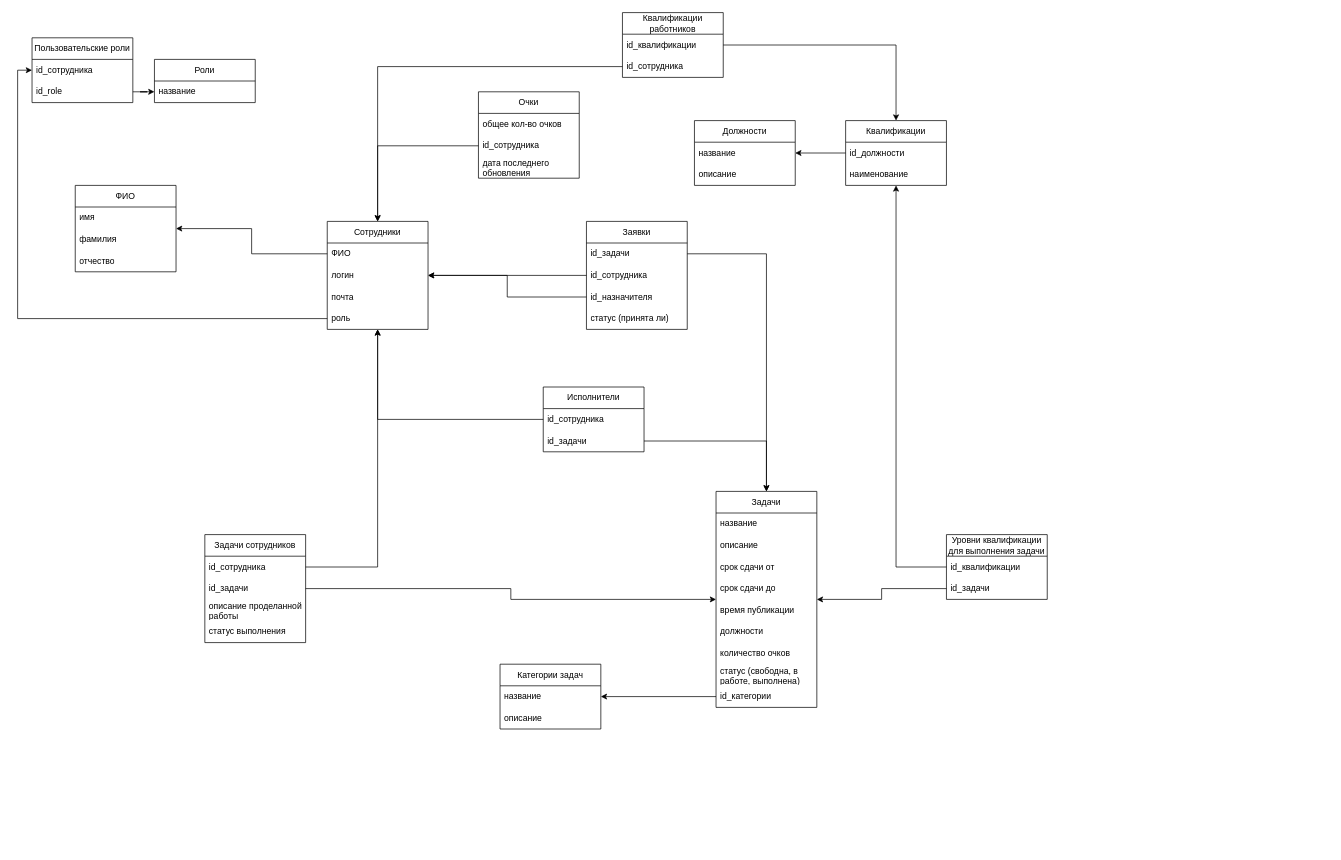
Before: page "Страница — 1" (1 of 2) of tech-task/erdiagram.drawio in ASamohvalov/CRM-project, a draw.io diagram. Source tidied: cells renumbered, new cells numbered last; positions are measured from the earlier drawing's top-left corner, leaving out a move shared by most shapes. Both pictures are drawn from the tidied source at 72%, with x=0, y=0 at pixel (32, 12).
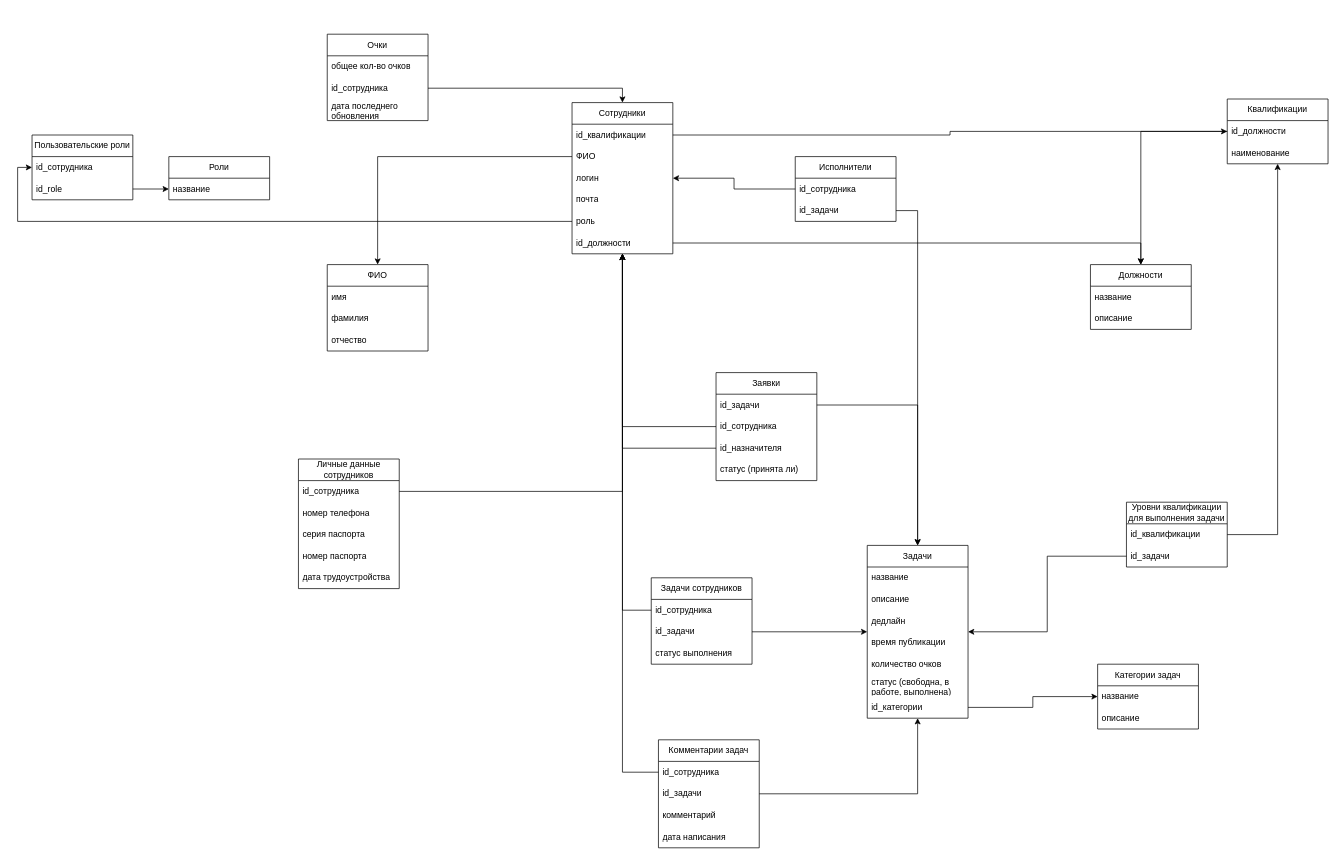
The same page after the edit.

Change to the diagram source:
```diff
@@
     <mxCell id="2" value="Сотрудники" style="swimlane;fontStyle=0;horizontal=1;startSize=30;whiteSpace=wrap;html=1;" parent="1" vertex="1">
-      <mxGeometry x="410" y="290" width="140" height="150" as="geometry" />
+      <mxGeometry x="750" y="125" width="140" height="210" as="geometry" />
     </mxCell>
+    <mxCell id="43" value="&lt;div&gt;id_квалификации&lt;/div&gt;" style="text;strokeColor=none;fillColor=none;align=left;verticalAlign=middle;spacingLeft=4;spacingRight=4;overflow=hidden;points=[[0,0.5],[1,0.5]];portConstraint=eastwest;whiteSpace=wrap;html=1;" parent="2" vertex="1">
+      <mxGeometry y="30" width="140" height="30" as="geometry" />
+    </mxCell>
     <mxCell id="3" value="ФИО" style="text;strokeColor=none;fillColor=none;align=left;verticalAlign=middle;spacingLeft=4;spacingRight=4;overflow=hidden;points=[[0,0.5],[1,0.5]];portConstraint=eastwest;whiteSpace=wrap;html=1;" parent="2" vertex="1">
-      <mxGeometry y="30" width="140" height="30" as="geometry" />
+      <mxGeometry y="60" width="140" height="30" as="geometry" />
     </mxCell>
     <mxCell id="4" value="логин" style="text;strokeColor=none;fillColor=none;align=left;verticalAlign=middle;spacingLeft=4;spacingRight=4;overflow=hidden;whiteSpace=wrap;html=1;" parent="2" vertex="1">
-      <mxGeometry y="60" width="140" height="30" as="geometry" />
+      <mxGeometry y="90" width="140" height="30" as="geometry" />
     </mxCell>
     <mxCell id="5" value="почта" style="text;strokeColor=none;fillColor=none;align=left;verticalAlign=middle;spacingLeft=4;spacingRight=4;overflow=hidden;whiteSpace=wrap;html=1;" parent="2" vertex="1">
-      <mxGeometry y="90" width="140" height="30" as="geometry" />
+      <mxGeometry y="120" width="140" height="30" as="geometry" />
     </mxCell>
     <mxCell id="6" value="роль" style="text;strokeColor=none;fillColor=none;align=left;verticalAlign=middle;spacingLeft=4;spacingRight=4;overflow=hidden;points=[[0,0.5],[1,0.5]];portConstraint=eastwest;whiteSpace=wrap;html=1;" parent="2" vertex="1">
-      <mxGeometry y="120" width="140" height="30" as="geometry" />
+      <mxGeometry y="150" width="140" height="30" as="geometry" />
     </mxCell>
+    <mxCell id="75" value="id_должности" style="text;strokeColor=none;fillColor=none;align=left;verticalAlign=middle;spacingLeft=4;spacingRight=4;overflow=hidden;points=[[0,0.5],[1,0.5]];portConstraint=eastwest;whiteSpace=wrap;html=1;" parent="2" vertex="1">
+      <mxGeometry y="180" width="140" height="30" as="geometry" />
+    </mxCell>
     <mxCell id="7" value="Должности" style="swimlane;fontStyle=0;horizontal=1;startSize=30;whiteSpace=wrap;html=1;" parent="1" vertex="1">
-      <mxGeometry x="920" y="150" width="140" height="90" as="geometry" />
+      <mxGeometry x="1470" y="350" width="140" height="90" as="geometry" />
     </mxCell>
@@
+    <mxCell id="76" style="edgeStyle=orthogonalEdgeStyle;rounded=0;jettySize=auto;html=1;" parent="1" edge="1" source="75" target="7">
+      <mxGeometry relative="1" as="geometry" />
+    </mxCell>
     <mxCell id="10" value="Роли" style="swimlane;fontStyle=0;horizontal=1;startSize=30;whiteSpace=wrap;html=1;" parent="1" vertex="1">
-      <mxGeometry x="170" y="65" width="140" height="60" as="geometry" />
+      <mxGeometry x="190" y="200" width="140" height="60" as="geometry" />
     </mxCell>
@@
     <mxCell id="12" value="Задачи" style="swimlane;fontStyle=0;horizontal=1;startSize=30;whiteSpace=wrap;html=1;" parent="1" vertex="1">
-      <mxGeometry x="950" y="665" width="140" height="300" as="geometry" />
+      <mxGeometry x="1160" y="740" width="140" height="240" as="geometry" />
     </mxCell>
@@
-    <mxCell id="15" value="срок сдачи от" style="text;strokeColor=none;fillColor=none;align=left;verticalAlign=middle;spacingLeft=4;spacingRight=4;overflow=hidden;whiteSpace=wrap;html=1;" parent="12" vertex="1">
-      <mxGeometry y="90" width="140" height="30" as="geometry" />
-    </mxCell>
-    <mxCell id="16" value="срок сдачи до" style="text;strokeColor=none;fillColor=none;align=left;verticalAlign=middle;spacingLeft=4;spacingRight=4;overflow=hidden;whiteSpace=wrap;html=1;" parent="12" vertex="1">
-      <mxGeometry y="120" width="140" height="30" as="geometry" />
+    <mxCell id="16" value="&lt;div&gt;дедлайн&lt;/div&gt;" style="text;strokeColor=none;fillColor=none;align=left;verticalAlign=middle;spacingLeft=4;spacingRight=4;overflow=hidden;whiteSpace=wrap;html=1;" parent="12" vertex="1">
+      <mxGeometry y="90" width="140" height="30" as="geometry" />
     </mxCell>
     <mxCell id="17" value="время публикации" style="text;strokeColor=none;fillColor=none;align=left;verticalAlign=middle;spacingLeft=4;spacingRight=4;overflow=hidden;whiteSpace=wrap;html=1;" parent="12" vertex="1">
-      <mxGeometry y="150" width="140" height="30" as="geometry" />
+      <mxGeometry y="120" width="140" height="30" as="geometry" />
     </mxCell>
-    <mxCell id="18" value="должности" style="text;strokeColor=none;fillColor=none;align=left;verticalAlign=middle;spacingLeft=4;spacingRight=4;overflow=hidden;whiteSpace=wrap;html=1;" parent="12" vertex="1">
-      <mxGeometry y="180" width="140" height="30" as="geometry" />
-    </mxCell>
     <mxCell id="19" value="количество очков" style="text;strokeColor=none;fillColor=none;align=left;verticalAlign=middle;spacingLeft=4;spacingRight=4;overflow=hidden;whiteSpace=wrap;html=1;" parent="12" vertex="1">
-      <mxGeometry y="210" width="140" height="30" as="geometry" />
+      <mxGeometry y="150" width="140" height="30" as="geometry" />
     </mxCell>
     <mxCell id="20" value="статус (свободна, в работе, выполнена)" style="text;strokeColor=none;fillColor=none;align=left;verticalAlign=middle;spacingLeft=4;spacingRight=4;overflow=hidden;whiteSpace=wrap;html=1;" parent="12" vertex="1">
-      <mxGeometry y="240" width="140" height="30" as="geometry" />
+      <mxGeometry y="180" width="140" height="30" as="geometry" />
     </mxCell>
     <mxCell id="21" value="id_категории" style="text;strokeColor=none;fillColor=none;align=left;verticalAlign=middle;spacingLeft=4;spacingRight=4;overflow=hidden;points=[[0,0.5],[1,0.5]];portConstraint=eastwest;whiteSpace=wrap;html=1;" parent="12" vertex="1">
-      <mxGeometry y="270" width="140" height="30" as="geometry" />
+      <mxGeometry y="210" width="140" height="30" as="geometry" />
     </mxCell>
     <mxCell id="22" value="Пользовательские роли" style="swimlane;fontStyle=0;horizontal=1;startSize=30;whiteSpace=wrap;html=1;" parent="1" vertex="1">
-      <mxGeometry y="35" width="140" height="90" as="geometry" />
+      <mxGeometry y="170" width="140" height="90" as="geometry" />
     </mxCell>
@@
     <mxCell id="26" value="Уровни квалификации для выполнения задачи" style="swimlane;fontStyle=0;horizontal=1;startSize=30;whiteSpace=wrap;html=1;" parent="1" vertex="1">
-      <mxGeometry x="1270" y="725" width="140" height="90" as="geometry" />
+      <mxGeometry x="1520" y="680" width="140" height="90" as="geometry" />
     </mxCell>
@@
     <mxCell id="29" value="Очки" style="swimlane;fontStyle=0;horizontal=1;startSize=30;whiteSpace=wrap;html=1;" parent="1" vertex="1">
-      <mxGeometry x="620" y="110" width="140" height="120" as="geometry" />
+      <mxGeometry x="410" y="30" width="140" height="120" as="geometry" />
     </mxCell>
@@
     <mxCell id="34" value="ФИО" style="swimlane;fontStyle=0;horizontal=1;startSize=30;whiteSpace=wrap;html=1;" parent="1" vertex="1">
-      <mxGeometry x="60" y="240" width="140" height="120" as="geometry" />
+      <mxGeometry x="410" y="350" width="140" height="120" as="geometry" />
     </mxCell>
@@
-    <mxCell id="42" value="Квалификации работников" style="swimlane;fontStyle=0;horizontal=1;startSize=30;whiteSpace=wrap;html=1;" parent="1" vertex="1">
-      <mxGeometry x="820" width="140" height="90" as="geometry" />
-    </mxCell>
-    <mxCell id="43" value="id_квалификации" style="text;strokeColor=none;fillColor=none;align=left;verticalAlign=middle;spacingLeft=4;spacingRight=4;overflow=hidden;points=[[0,0.5],[1,0.5]];portConstraint=eastwest;whiteSpace=wrap;html=1;" parent="42" vertex="1">
-      <mxGeometry y="30" width="140" height="30" as="geometry" />
-    </mxCell>
-    <mxCell id="44" value="id_сотрудника" style="text;strokeColor=none;fillColor=none;align=left;verticalAlign=middle;spacingLeft=4;spacingRight=4;overflow=hidden;points=[[0,0.5],[1,0.5]];portConstraint=eastwest;whiteSpace=wrap;html=1;" parent="42" vertex="1">
-      <mxGeometry y="60" width="140" height="30" as="geometry" />
-    </mxCell>
@@
     <mxCell id="46" value="Квалификации" style="swimlane;fontStyle=0;horizontal=1;startSize=30;whiteSpace=wrap;html=1;" parent="1" vertex="1">
-      <mxGeometry x="1130" y="150" width="140" height="90" as="geometry" />
+      <mxGeometry x="1660" y="120" width="140" height="90" as="geometry" />
     </mxCell>
@@
-    <mxCell id="49" style="edgeStyle=orthogonalEdgeStyle;rounded=0;jettySize=auto;html=1;" parent="1" edge="1" source="43" target="46">
-      <mxGeometry relative="1" as="geometry" />
-    </mxCell>
@@
-    <mxCell id="51" style="edgeStyle=orthogonalEdgeStyle;rounded=0;jettySize=auto;html=1;" parent="1" edge="1" source="44" target="2">
-      <mxGeometry relative="1" as="geometry" />
-    </mxCell>
@@
     <mxCell id="53" value="Заявки" style="swimlane;fontStyle=0;horizontal=1;startSize=30;whiteSpace=wrap;html=1;" parent="1" vertex="1">
-      <mxGeometry x="770" y="290" width="140" height="150" as="geometry" />
+      <mxGeometry x="950" y="500" width="140" height="150" as="geometry" />
     </mxCell>
@@
     <mxCell id="58" value="Исполнители" style="swimlane;fontStyle=0;horizontal=1;startSize=30;whiteSpace=wrap;html=1;" parent="1" vertex="1">
-      <mxGeometry x="710" y="520" width="140" height="90" as="geometry" />
+      <mxGeometry x="1060" y="200" width="140" height="90" as="geometry" />
     </mxCell>
@@
     <mxCell id="61" value="Задачи сотрудников" style="swimlane;fontStyle=0;horizontal=1;startSize=30;whiteSpace=wrap;html=1;" parent="1" vertex="1">
-      <mxGeometry x="240" y="725" width="140" height="150" as="geometry" />
+      <mxGeometry x="860" y="785" width="140" height="120" as="geometry" />
     </mxCell>
@@
-    <mxCell id="64" value="описание проделанной работы" style="text;strokeColor=none;fillColor=none;align=left;verticalAlign=middle;spacingLeft=4;spacingRight=4;overflow=hidden;whiteSpace=wrap;html=1;" parent="61" vertex="1">
-      <mxGeometry y="90" width="140" height="30" as="geometry" />
-    </mxCell>
     <mxCell id="65" value="статус выполнения" style="text;strokeColor=none;fillColor=none;align=left;verticalAlign=middle;spacingLeft=4;spacingRight=4;overflow=hidden;whiteSpace=wrap;html=1;" parent="61" vertex="1">
-      <mxGeometry y="120" width="140" height="30" as="geometry" />
+      <mxGeometry y="90" width="140" height="30" as="geometry" />
     </mxCell>
@@
     <mxCell id="71" value="Категории задач" style="swimlane;fontStyle=0;horizontal=1;startSize=30;whiteSpace=wrap;html=1;" parent="1" vertex="1">
-      <mxGeometry x="650" y="905" width="140" height="90" as="geometry" />
+      <mxGeometry x="1480" y="905" width="140" height="90" as="geometry" />
     </mxCell>
@@
+    <mxCell id="77" value="&lt;div&gt;Личные данные сотрудников&lt;/div&gt;" style="swimlane;fontStyle=0;horizontal=1;startSize=30;whiteSpace=wrap;html=1;" parent="1" vertex="1">
+      <mxGeometry x="370" y="620" width="140" height="180" as="geometry" />
+    </mxCell>
+    <mxCell id="78" value="&lt;div&gt;id_сотрудника&lt;span style=&quot;white-space: pre;&quot;&gt;&#9;&lt;/span&gt;&lt;/div&gt;" style="text;strokeColor=none;fillColor=none;align=left;verticalAlign=middle;spacingLeft=4;spacingRight=4;overflow=hidden;points=[[0,0.5],[1,0.5]];portConstraint=eastwest;whiteSpace=wrap;html=1;" parent="77" vertex="1">
+      <mxGeometry y="30" width="140" height="30" as="geometry" />
+    </mxCell>
+    <mxCell id="79" value="номер телефона" style="text;strokeColor=none;fillColor=none;align=left;verticalAlign=middle;spacingLeft=4;spacingRight=4;overflow=hidden;whiteSpace=wrap;html=1;" parent="77" vertex="1">
+      <mxGeometry y="60" width="140" height="30" as="geometry" />
+    </mxCell>
+    <mxCell id="80" value="&lt;div&gt;серия паспорта&lt;/div&gt;" style="text;strokeColor=none;fillColor=none;align=left;verticalAlign=middle;spacingLeft=4;spacingRight=4;overflow=hidden;whiteSpace=wrap;html=1;" parent="77" vertex="1">
+      <mxGeometry y="90" width="140" height="30" as="geometry" />
+    </mxCell>
+    <mxCell id="81" value="&lt;div&gt;номер паспорта&lt;/div&gt;" style="text;strokeColor=none;fillColor=none;align=left;verticalAlign=middle;spacingLeft=4;spacingRight=4;overflow=hidden;whiteSpace=wrap;html=1;" parent="77" vertex="1">
+      <mxGeometry y="120" width="140" height="30" as="geometry" />
+    </mxCell>
+    <mxCell id="82" value="&lt;div&gt;дата трудоустройства&lt;/div&gt;" style="text;strokeColor=none;fillColor=none;align=left;verticalAlign=middle;spacingLeft=4;spacingRight=4;overflow=hidden;whiteSpace=wrap;html=1;" parent="77" vertex="1">
+      <mxGeometry y="150" width="140" height="30" as="geometry" />
+    </mxCell>
+    <mxCell id="83" style="edgeStyle=orthogonalEdgeStyle;rounded=0;jettySize=auto;html=1;" parent="1" edge="1" source="78" target="2">
+      <mxGeometry relative="1" as="geometry" />
+    </mxCell>
+    <mxCell id="49" style="edgeStyle=orthogonalEdgeStyle;rounded=0;jettySize=auto;html=1;" parent="1" edge="1" source="43" target="46">
+      <mxGeometry relative="1" as="geometry" />
+    </mxCell>
+    <mxCell id="84" value="Комментарии задач" style="swimlane;fontStyle=0;horizontal=1;startSize=30;whiteSpace=wrap;html=1;" parent="1" vertex="1">
+      <mxGeometry x="870" y="1010" width="140" height="150" as="geometry" />
+    </mxCell>
+    <mxCell id="44" value="id_сотрудника" style="text;strokeColor=none;fillColor=none;align=left;verticalAlign=middle;spacingLeft=4;spacingRight=4;overflow=hidden;points=[[0,0.5],[1,0.5]];portConstraint=eastwest;whiteSpace=wrap;html=1;" parent="84" vertex="1">
+      <mxGeometry y="30" width="140" height="30" as="geometry" />
+    </mxCell>
+    <mxCell id="85" value="id_задачи" style="text;strokeColor=none;fillColor=none;align=left;verticalAlign=middle;spacingLeft=4;spacingRight=4;overflow=hidden;points=[[0,0.5],[1,0.5]];portConstraint=eastwest;whiteSpace=wrap;html=1;" parent="84" vertex="1">
+      <mxGeometry y="60" width="140" height="30" as="geometry" />
+    </mxCell>
+    <mxCell id="86" value="комментарий" style="text;strokeColor=none;fillColor=none;align=left;verticalAlign=middle;spacingLeft=4;spacingRight=4;overflow=hidden;whiteSpace=wrap;html=1;" parent="84" vertex="1">
+      <mxGeometry y="90" width="140" height="30" as="geometry" />
+    </mxCell>
+    <mxCell id="87" value="дата написания" style="text;strokeColor=none;fillColor=none;align=left;verticalAlign=middle;spacingLeft=4;spacingRight=4;overflow=hidden;whiteSpace=wrap;html=1;" parent="84" vertex="1">
+      <mxGeometry y="120" width="140" height="30" as="geometry" />
+    </mxCell>
+    <mxCell id="51" style="edgeStyle=orthogonalEdgeStyle;rounded=0;jettySize=auto;html=1;" parent="1" edge="1" source="44" target="2">
+      <mxGeometry relative="1" as="geometry" />
+    </mxCell>
+    <mxCell id="88" style="edgeStyle=orthogonalEdgeStyle;rounded=0;jettySize=auto;html=1;" parent="1" edge="1" source="85" target="12">
+      <mxGeometry relative="1" as="geometry" />
+    </mxCell>
```
